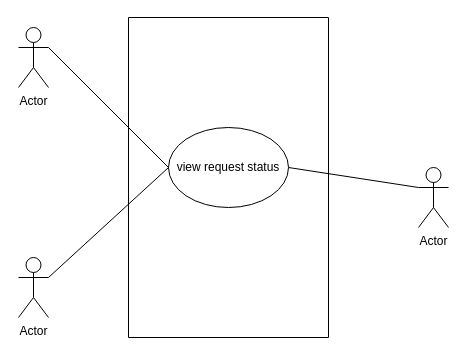
Above: request.drawio in souravbiswassanto/Projects (draw.io), before the change. Source tidied: cells renumbered, new cells numbered last; positions are measured from the earlier drawing's top-left corner, leaving out a move shared by most shapes. Both pictures are drawn from the tidied source at 100%, with x=0, y=0 at pixel (18, 17).
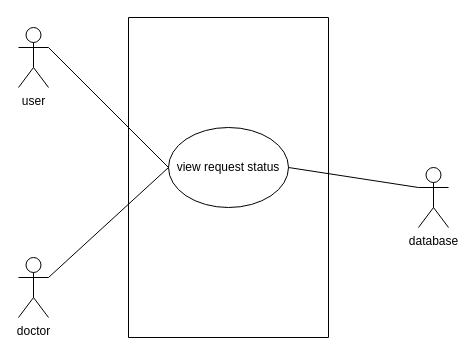
Above is the later version.

Change to the diagram source:
```diff
@@
 <mxGraphModel>
   <root>
     <mxCell id="0" />
     <mxCell id="1" parent="0" />
-    <mxCell id="2" value="Actor" style="shape=umlActor;verticalLabelPosition=bottom;verticalAlign=top;html=1;" parent="1" vertex="1">
+    <mxCell id="2" value="user" style="shape=umlActor;verticalLabelPosition=bottom;verticalAlign=top;html=1;" parent="1" vertex="1">
       <mxGeometry y="10" width="30" height="60" as="geometry" />
     </mxCell>
-    <mxCell id="3" value="Actor" style="shape=umlActor;verticalLabelPosition=bottom;verticalAlign=top;html=1;" parent="1" vertex="1">
+    <mxCell id="3" value="doctor" style="shape=umlActor;verticalLabelPosition=bottom;verticalAlign=top;html=1;" parent="1" vertex="1">
       <mxGeometry y="240" width="30" height="60" as="geometry" />
     </mxCell>
     <mxCell id="4" style="swimlane;startSize=0;" parent="1" vertex="1">
       <mxGeometry x="110" width="200" height="320" as="geometry" />
     </mxCell>
     <mxCell id="5" value="view request status" style="ellipse;whiteSpace=wrap;html=1;" parent="4" vertex="1">
       <mxGeometry x="40" y="110" width="120" height="80" as="geometry" />
     </mxCell>
-    <mxCell id="6" value="Actor" style="shape=umlActor;verticalLabelPosition=bottom;verticalAlign=top;html=1;" parent="1" vertex="1">
+    <mxCell id="6" value="database" style="shape=umlActor;verticalLabelPosition=bottom;verticalAlign=top;html=1;" parent="1" vertex="1">
       <mxGeometry x="400" y="150" width="30" height="60" as="geometry" />
     </mxCell>
     <mxCell id="7" style="endArrow=none;html=1;rounded=0;exitX=1;exitY=0.5;exitDx=0;exitDy=0;" parent="1" edge="1" source="5">
       <mxGeometry relative="1" as="geometry">
         <mxPoint x="400" y="170" as="targetPoint" />
       </mxGeometry>
     </mxCell>
     <mxCell id="8" style="endArrow=none;html=1;rounded=0;" parent="1" edge="1">
       <mxGeometry relative="1" as="geometry">
         <mxPoint x="30" y="260" as="sourcePoint" />
         <mxPoint x="150" y="150" as="targetPoint" />
       </mxGeometry>
     </mxCell>
     <mxCell id="9" style="endArrow=none;html=1;rounded=0;entryX=0;entryY=0.5;entryDx=0;entryDy=0;" parent="1" edge="1" target="5">
       <mxGeometry relative="1" as="geometry">
         <mxPoint x="30" y="30" as="sourcePoint" />
       </mxGeometry>
     </mxCell>
   </root>
 </mxGraphModel>
```
